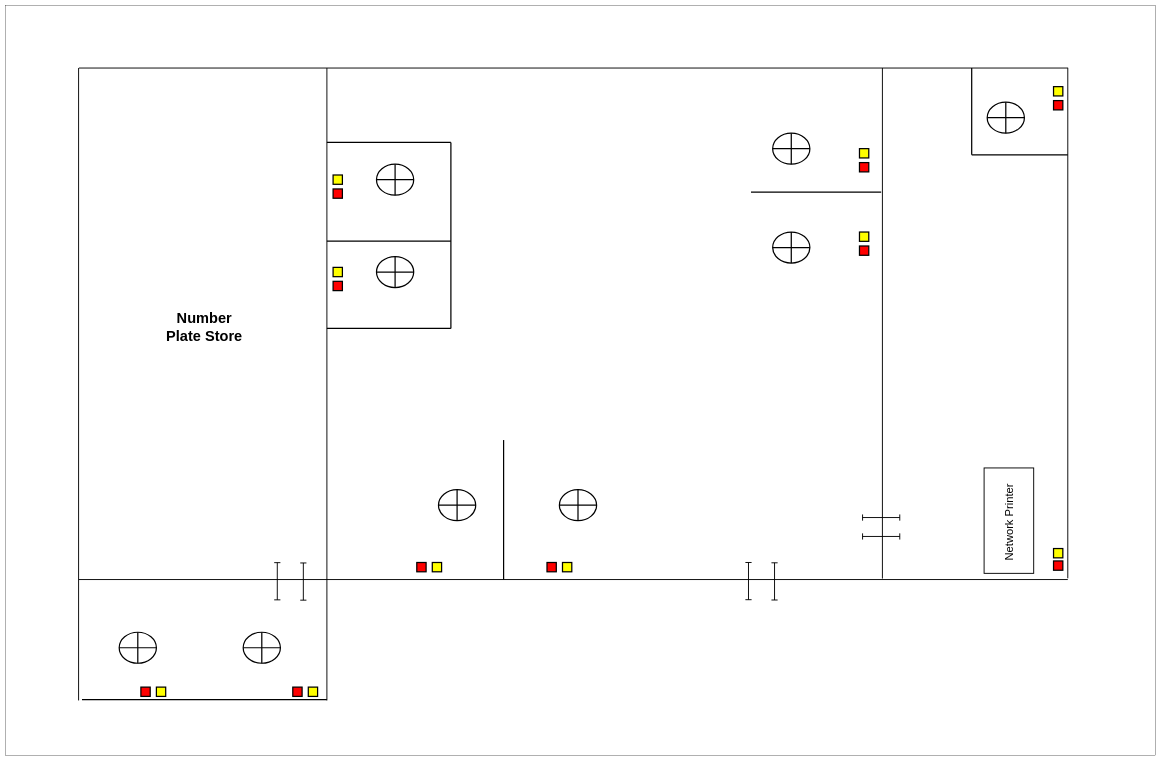
The draw.io diagram gampaha_basement.drawio in thushan-harshajeewa/dmt-diagrams, before the edit. Source tidied: cells renumbered, new cells numbered last; positions are measured from the earlier drawing's top-left corner, leaving out a move shared by most shapes. Both pictures are drawn from the tidied source at 31%, with x=0, y=0 at pixel (5, 5).
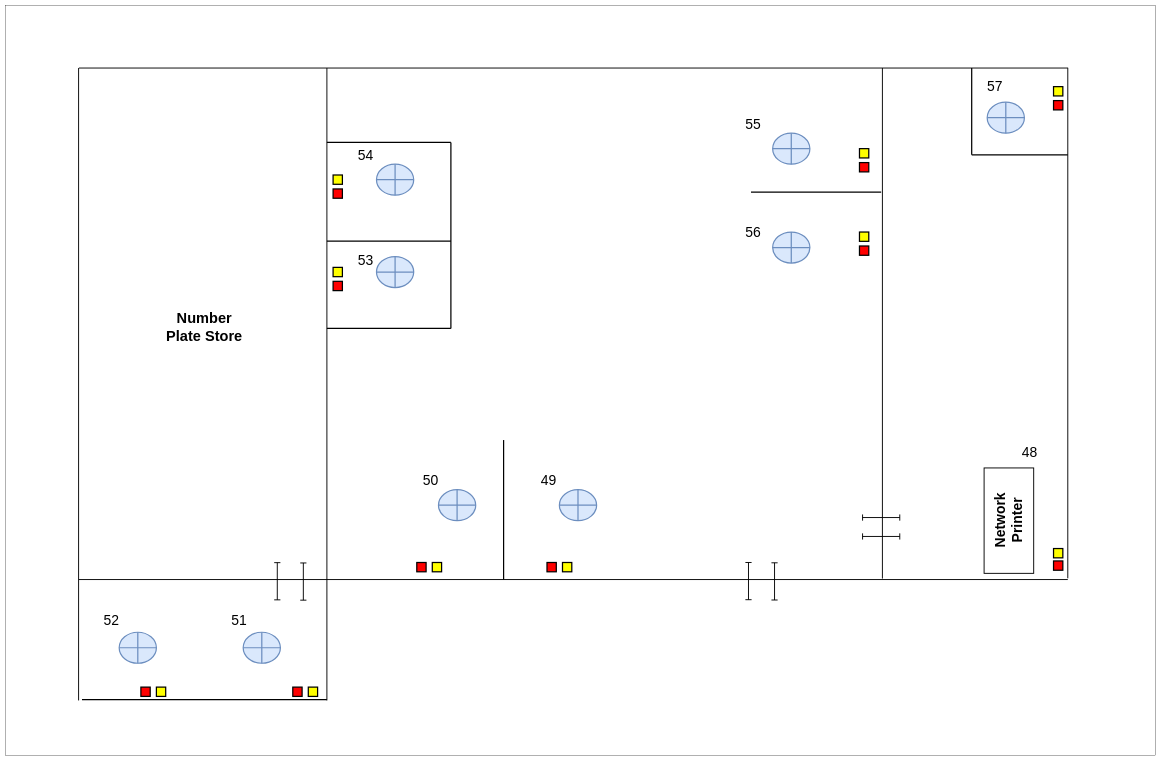
The same page after the edit.

Change to the diagram source:
```diff
@@
-    <mxCell id="9" style="shape=orEllipse;perimeter=ellipsePerimeter;whiteSpace=wrap;html=1;backgroundOutline=1;strokeWidth=4;" parent="1" vertex="1">
+    <mxCell id="9" style="shape=orEllipse;perimeter=ellipsePerimeter;whiteSpace=wrap;html=1;backgroundOutline=1;strokeWidth=4;fillColor=#dae8fc;strokeColor=#6c8ebf;" parent="1" vertex="1">
       <mxGeometry x="1197" y="512" width="120" height="100" as="geometry" />
     </mxCell>
@@
-    <mxCell id="13" style="shape=orEllipse;perimeter=ellipsePerimeter;whiteSpace=wrap;html=1;backgroundOutline=1;strokeWidth=4;" parent="1" vertex="1">
+    <mxCell id="13" style="shape=orEllipse;perimeter=ellipsePerimeter;whiteSpace=wrap;html=1;backgroundOutline=1;strokeWidth=4;fillColor=#dae8fc;strokeColor=#6c8ebf;" parent="1" vertex="1">
       <mxGeometry x="1197" y="810" width="120" height="100" as="geometry" />
     </mxCell>
@@
-    <mxCell id="15" style="shape=orEllipse;perimeter=ellipsePerimeter;whiteSpace=wrap;html=1;backgroundOutline=1;strokeWidth=4;" parent="1" vertex="1">
+    <mxCell id="15" style="shape=orEllipse;perimeter=ellipsePerimeter;whiteSpace=wrap;html=1;backgroundOutline=1;strokeWidth=4;fillColor=#dae8fc;strokeColor=#6c8ebf;" parent="1" vertex="1">
       <mxGeometry x="2475" y="412" width="120" height="100" as="geometry" />
     </mxCell>
-    <mxCell id="16" style="shape=orEllipse;perimeter=ellipsePerimeter;whiteSpace=wrap;html=1;backgroundOutline=1;strokeWidth=4;" parent="1" vertex="1">
+    <mxCell id="16" style="shape=orEllipse;perimeter=ellipsePerimeter;whiteSpace=wrap;html=1;backgroundOutline=1;strokeWidth=4;fillColor=#dae8fc;strokeColor=#6c8ebf;" parent="1" vertex="1">
       <mxGeometry x="2475" y="731" width="120" height="100" as="geometry" />
     </mxCell>
@@
-    <mxCell id="24" style="shape=orEllipse;perimeter=ellipsePerimeter;whiteSpace=wrap;html=1;backgroundOutline=1;strokeWidth=4;" parent="1" vertex="1">
+    <mxCell id="24" style="shape=orEllipse;perimeter=ellipsePerimeter;whiteSpace=wrap;html=1;backgroundOutline=1;strokeWidth=4;fillColor=#dae8fc;strokeColor=#6c8ebf;" parent="1" vertex="1">
       <mxGeometry x="1397" y="1562" width="120" height="100" as="geometry" />
     </mxCell>
@@
-    <mxCell id="26" style="shape=orEllipse;perimeter=ellipsePerimeter;whiteSpace=wrap;html=1;backgroundOutline=1;strokeWidth=4;" parent="1" vertex="1">
+    <mxCell id="26" style="shape=orEllipse;perimeter=ellipsePerimeter;whiteSpace=wrap;html=1;backgroundOutline=1;strokeWidth=4;fillColor=#dae8fc;strokeColor=#6c8ebf;" parent="1" vertex="1">
       <mxGeometry x="1787" y="1562" width="120" height="100" as="geometry" />
     </mxCell>
@@
-    <mxCell id="36" style="shape=orEllipse;perimeter=ellipsePerimeter;whiteSpace=wrap;html=1;backgroundOutline=1;strokeWidth=4;" parent="1" vertex="1">
+    <mxCell id="36" style="shape=orEllipse;perimeter=ellipsePerimeter;whiteSpace=wrap;html=1;backgroundOutline=1;strokeWidth=4;fillColor=#dae8fc;strokeColor=#6c8ebf;" parent="1" vertex="1">
       <mxGeometry x="3167" y="312" width="120" height="100" as="geometry" />
     </mxCell>
@@
-    <mxCell id="44" value="&lt;font style=&quot;font-size: 36px;&quot;&gt;Network Printer&lt;/font&gt;" style="text;html=1;align=center;verticalAlign=middle;whiteSpace=wrap;rounded=0;rotation=270;" parent="1" vertex="1">
-      <mxGeometry x="3099.5" y="1652.5" width="275" height="30" as="geometry" />
+    <mxCell id="44" value="&lt;font style=&quot;font-size: 45px;&quot;&gt;&lt;b&gt;Network Printer&lt;/b&gt;&lt;/font&gt;" style="text;html=1;align=center;verticalAlign=middle;whiteSpace=wrap;rounded=0;rotation=270;" parent="1" vertex="1">
+      <mxGeometry x="3098.6" y="1645.6" width="276.8" height="30" as="geometry" />
     </mxCell>
@@
-    <mxCell id="47" style="shape=orEllipse;perimeter=ellipsePerimeter;whiteSpace=wrap;html=1;backgroundOutline=1;strokeWidth=4;" parent="1" vertex="1">
+    <mxCell id="47" style="shape=orEllipse;perimeter=ellipsePerimeter;whiteSpace=wrap;html=1;backgroundOutline=1;strokeWidth=4;fillColor=#dae8fc;strokeColor=#6c8ebf;" parent="1" vertex="1">
       <mxGeometry x="367" y="2022" width="120" height="100" as="geometry" />
     </mxCell>
-    <mxCell id="48" style="shape=orEllipse;perimeter=ellipsePerimeter;whiteSpace=wrap;html=1;backgroundOutline=1;strokeWidth=4;" parent="1" vertex="1">
+    <mxCell id="48" style="shape=orEllipse;perimeter=ellipsePerimeter;whiteSpace=wrap;html=1;backgroundOutline=1;strokeWidth=4;fillColor=#dae8fc;strokeColor=#6c8ebf;" parent="1" vertex="1">
       <mxGeometry x="767" y="2022" width="120" height="100" as="geometry" />
     </mxCell>
@@
+    <mxCell id="56" value="&lt;font style=&quot;font-size: 45px;&quot;&gt;48&lt;/font&gt;" style="text;html=1;align=center;verticalAlign=middle;whiteSpace=wrap;rounded=0;strokeWidth=3;" parent="1" vertex="1">
+      <mxGeometry x="3291.4" y="1432" width="25.6" height="19.4" as="geometry" />
+    </mxCell>
+    <mxCell id="57" value="&lt;font style=&quot;font-size: 45px;&quot;&gt;49&lt;/font&gt;" style="text;html=1;align=center;verticalAlign=middle;whiteSpace=wrap;rounded=0;strokeWidth=3;" parent="1" vertex="1">
+      <mxGeometry x="1739" y="1522" width="25.6" height="19.4" as="geometry" />
+    </mxCell>
+    <mxCell id="58" value="&lt;font style=&quot;font-size: 45px;&quot;&gt;50&lt;/font&gt;" style="text;html=1;align=center;verticalAlign=middle;whiteSpace=wrap;rounded=0;strokeWidth=3;" parent="1" vertex="1">
+      <mxGeometry x="1359" y="1522" width="25.6" height="19.4" as="geometry" />
+    </mxCell>
+    <mxCell id="59" value="&lt;font style=&quot;font-size: 45px;&quot;&gt;51&lt;/font&gt;" style="text;html=1;align=center;verticalAlign=middle;whiteSpace=wrap;rounded=0;strokeWidth=3;" parent="1" vertex="1">
+      <mxGeometry x="741.4" y="1972" width="25.6" height="19.4" as="geometry" />
+    </mxCell>
+    <mxCell id="60" value="&lt;font style=&quot;font-size: 45px;&quot;&gt;52&lt;/font&gt;" style="text;html=1;align=center;verticalAlign=middle;whiteSpace=wrap;rounded=0;strokeWidth=3;" parent="1" vertex="1">
+      <mxGeometry x="329" y="1972" width="25.6" height="19.4" as="geometry" />
+    </mxCell>
+    <mxCell id="61" value="&lt;font style=&quot;font-size: 45px;&quot;&gt;54&lt;/font&gt;" style="text;html=1;align=center;verticalAlign=middle;whiteSpace=wrap;rounded=0;strokeWidth=3;" parent="1" vertex="1">
+      <mxGeometry x="1149" y="472.6" width="25.6" height="19.4" as="geometry" />
+    </mxCell>
+    <mxCell id="62" value="&lt;font style=&quot;font-size: 45px;&quot;&gt;53&lt;/font&gt;" style="text;html=1;align=center;verticalAlign=middle;whiteSpace=wrap;rounded=0;strokeWidth=3;" parent="1" vertex="1">
+      <mxGeometry x="1149" y="811.6" width="25.6" height="19.4" as="geometry" />
+    </mxCell>
+    <mxCell id="63" value="&lt;font style=&quot;font-size: 45px;&quot;&gt;55&lt;/font&gt;" style="text;html=1;align=center;verticalAlign=middle;whiteSpace=wrap;rounded=0;strokeWidth=3;" parent="1" vertex="1">
+      <mxGeometry x="2399" y="372" width="25.6" height="19.4" as="geometry" />
+    </mxCell>
+    <mxCell id="64" value="&lt;font style=&quot;font-size: 45px;&quot;&gt;56&lt;/font&gt;" style="text;html=1;align=center;verticalAlign=middle;whiteSpace=wrap;rounded=0;strokeWidth=3;" parent="1" vertex="1">
+      <mxGeometry x="2399" y="722" width="25.6" height="19.4" as="geometry" />
+    </mxCell>
+    <mxCell id="65" value="&lt;font style=&quot;font-size: 45px;&quot;&gt;57&lt;/font&gt;" style="text;html=1;align=center;verticalAlign=middle;whiteSpace=wrap;rounded=0;strokeWidth=3;" parent="1" vertex="1">
+      <mxGeometry x="3179" y="252" width="25.6" height="19.4" as="geometry" />
+    </mxCell>
```
